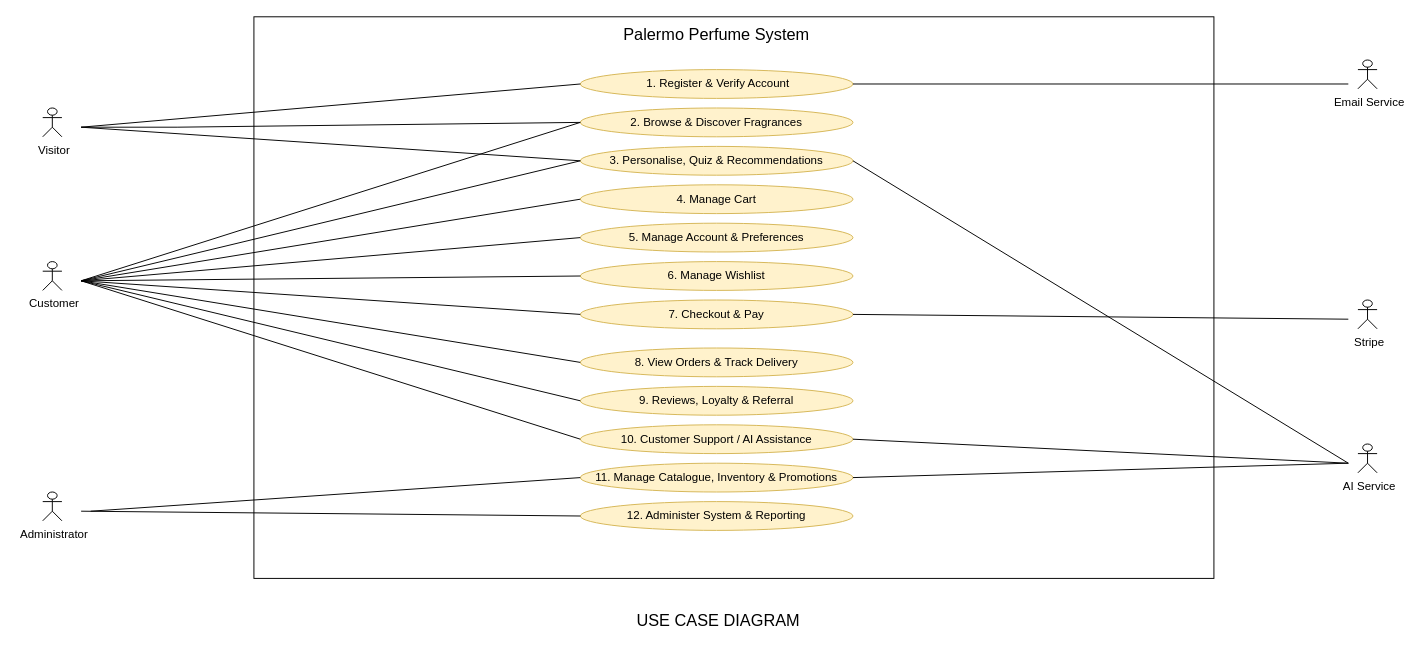
Mel-18-Palermo/Palermo-Perfume-System keeps this draw.io diagram as docs/diagrams/report-src/use-case-diagram.drawio. Above is the earlier version. Source tidied: cells renumbered, new cells numbered last; positions are measured from the earlier drawing's top-left corner, leaving out a move shared by most shapes. Both pictures are drawn from the tidied source at 96%, with x=0, y=0 at pixel (42, 16).
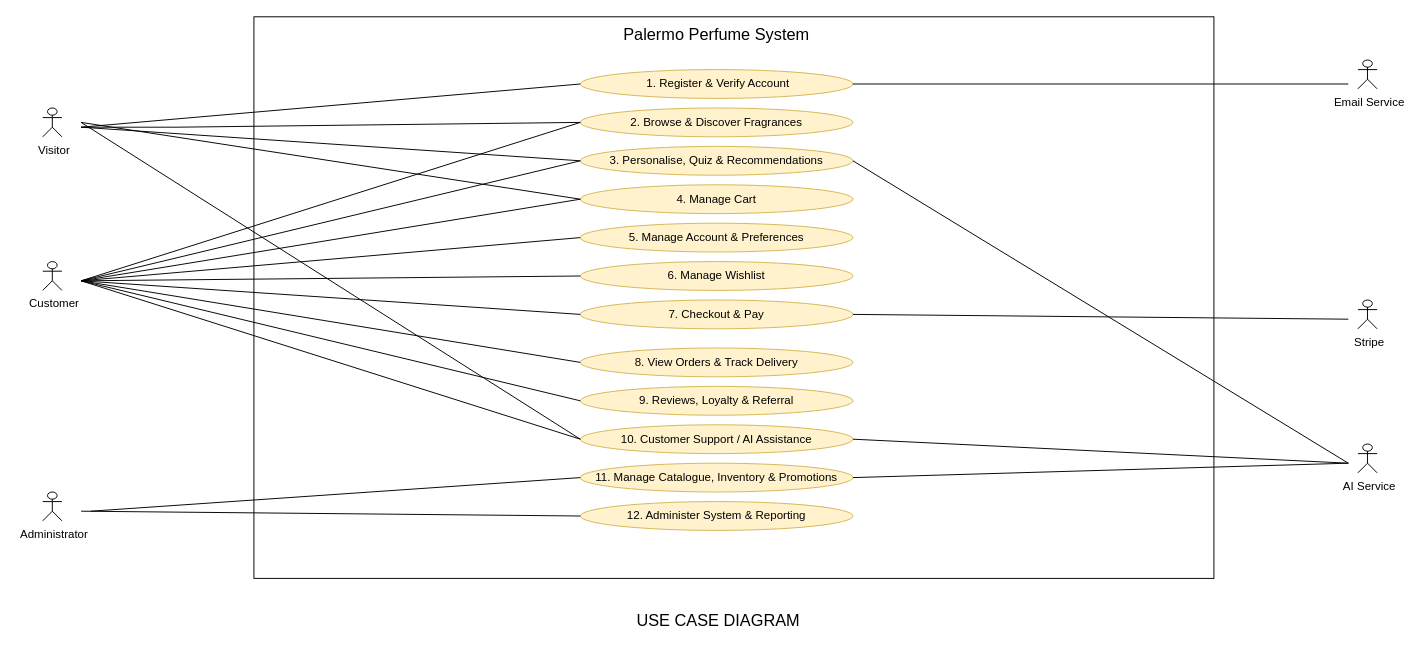
Above is the later version.

Commit message:
Modify use case diagram structure and connections

Updated the mxGraphModel dimensions and added new edges.

Unchanged cells that the change refers to:
```xml
<mxCell id="5" value="4. Manage Cart" style="ellipse;whiteSpace=wrap;html=1;fillColor=#fff2cc;strokeColor=#d6b656;" parent="1" vertex="1">
  <mxGeometry x="560" y="175" width="284" height="30" as="geometry" />
</mxCell>
<mxCell id="12" value="10. Customer Support / AI Assistance" style="ellipse;whiteSpace=wrap;html=1;fillColor=#fff2cc;strokeColor=#d6b656;" parent="1" vertex="1">
  <mxGeometry x="560" y="425" width="284" height="30" as="geometry" />
</mxCell>
```

Diff of the diagram source:
```diff
@@
+    <mxCell id="43" style="endArrow=none;html=1;rounded=0;entryX=0;entryY=0.5;entryDx=0;entryDy=0;" parent="1" edge="1" target="5">
+      <mxGeometry relative="1" as="geometry">
+        <mxPoint x="40" y="110" as="sourcePoint" />
+      </mxGeometry>
+    </mxCell>
+    <mxCell id="44" style="endArrow=none;html=1;rounded=0;entryX=0;entryY=0.5;entryDx=0;entryDy=0;" parent="1" edge="1" target="12">
+      <mxGeometry relative="1" as="geometry">
+        <mxPoint x="40" y="110" as="sourcePoint" />
+      </mxGeometry>
+    </mxCell>
```
